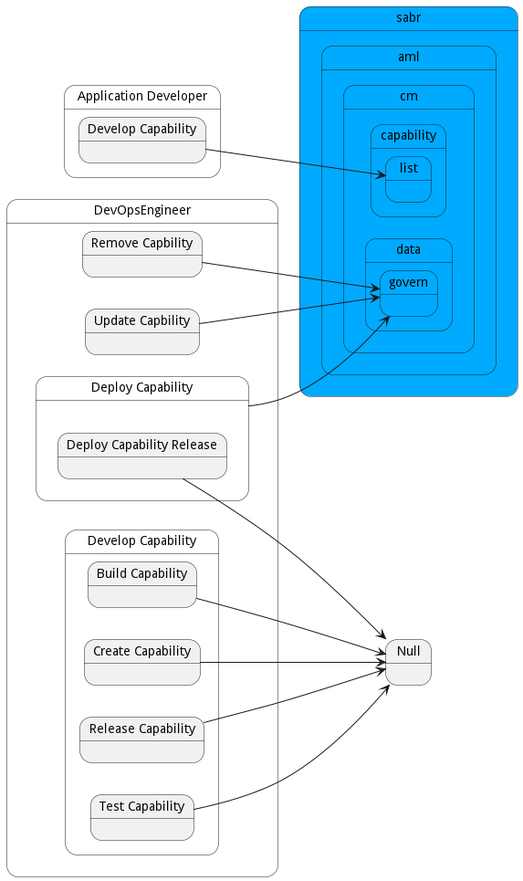
The PlantUML diagram docs/sabr/aml/cm/scenariomapping.png in madajaju/sabr, before a commit.
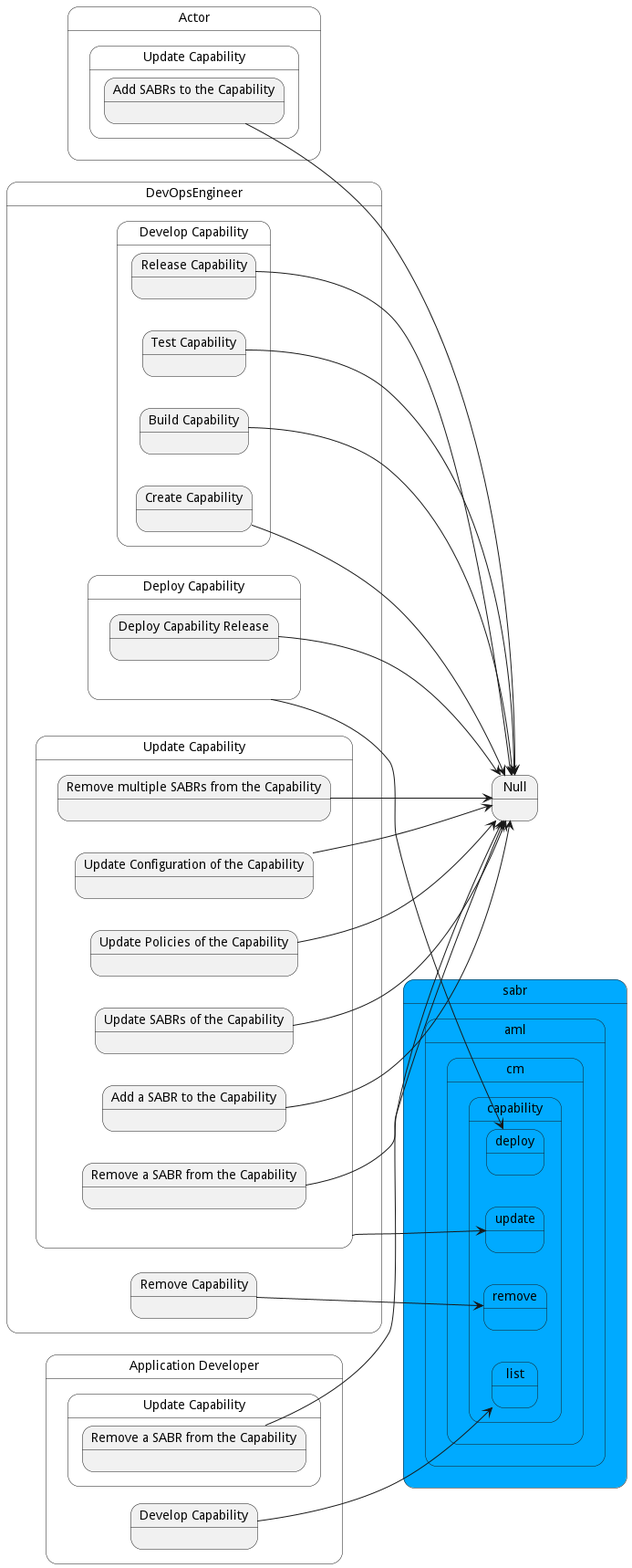
The same file after the commit.

Diff of the diagram source:
```diff
@@ -10,15 +10,15 @@
 state "sabr" as sabr #00aaff {
 state "aml" as sabraml #00aaff {
 state "cm" as sabramlcm #00aaff {
-state "data" as sabramlcmdata #00aaff {
-state "govern" as sabramlcmdatagovern #00aaff {
+state "capability" as sabramlcmcapability #00aaff {
+state "deploy" as sabramlcmcapabilitydeploy #00aaff {
 }
 }
 }
 }
 }
 
-DevOpsEngineerDeployCapability --> sabramlcmdatagovern
+DevOpsEngineerDeployCapability --> sabramlcmcapabilitydeploy
 
 
     state "DevOpsEngineer" as DevOpsEngineer {
@@ -92,40 +92,119 @@
 
 
 state "DevOpsEngineer" as DevOpsEngineer {
-    state "Remove Capbility" as DevOpsEngineerRemoveCapbility {
+    state "Remove Capability" as DevOpsEngineerRemoveCapability {
     }
 }
 state "sabr" as sabr #00aaff {
 state "aml" as sabraml #00aaff {
 state "cm" as sabramlcm #00aaff {
-state "data" as sabramlcmdata #00aaff {
-state "govern" as sabramlcmdatagovern #00aaff {
+state "capability" as sabramlcmcapability #00aaff {
+state "remove" as sabramlcmcapabilityremove #00aaff {
 }
 }
 }
 }
 }
 
-DevOpsEngineerRemoveCapbility --> sabramlcmdatagovern
+DevOpsEngineerRemoveCapability --> sabramlcmcapabilityremove
 
 
 
 state "DevOpsEngineer" as DevOpsEngineer {
-    state "Update Capbility" as DevOpsEngineerUpdateCapbility {
+    state "Update Capability" as DevOpsEngineerUpdateCapability {
     }
 }
 state "sabr" as sabr #00aaff {
 state "aml" as sabraml #00aaff {
 state "cm" as sabramlcm #00aaff {
-state "data" as sabramlcmdata #00aaff {
-state "govern" as sabramlcmdatagovern #00aaff {
+state "capability" as sabramlcmcapability #00aaff {
+state "update" as sabramlcmcapabilityupdate #00aaff {
 }
 }
 }
 }
 }
 
-DevOpsEngineerUpdateCapbility --> sabramlcmdatagovern
+DevOpsEngineerUpdateCapability --> sabramlcmcapabilityupdate
+
+
+    state "DevOpsEngineer" as DevOpsEngineer {
+        state "Update Capability" as DevOpsEngineerUpdateCapability {
+            state "Add a SABR to the Capability" as DevOpsEngineerUpdateCapabilityAddaSABRtotheCapability {
+            }
+        }
+    }
+
+    DevOpsEngineerUpdateCapabilityAddaSABRtotheCapability --> Null
+
+
+    state "Actor" as Actor {
+        state "Update Capability" as ActorUpdateCapability {
+            state "Add SABRs to the Capability" as ActorUpdateCapabilityAddSABRstotheCapability {
+            }
+        }
+    }
+
+    ActorUpdateCapabilityAddSABRstotheCapability --> Null
+
+
+    state "DevOpsEngineer" as DevOpsEngineer {
+        state "Update Capability" as DevOpsEngineerUpdateCapability {
+            state "Remove a SABR from the Capability" as DevOpsEngineerUpdateCapabilityRemoveaSABRfromtheCapability {
+            }
+        }
+    }
+
+    DevOpsEngineerUpdateCapabilityRemoveaSABRfromtheCapability --> Null
+
+    state "ApplicationDeveloper" as ApplicationDeveloper {
+        state "Update Capability" as ApplicationDeveloperUpdateCapability {
+            state "Remove a SABR from the Capability" as ApplicationDeveloperUpdateCapabilityRemoveaSABRfromtheCapability {
+            }
+        }
+    }
+
+    ApplicationDeveloperUpdateCapabilityRemoveaSABRfromtheCapability --> Null
+
+
+    state "DevOpsEngineer" as DevOpsEngineer {
+        state "Update Capability" as DevOpsEngineerUpdateCapability {
+            state "Remove multiple SABRs from the Capability" as DevOpsEngineerUpdateCapabilityRemovemultipleSABRsfromtheCapability {
+            }
+        }
+    }
+
+    DevOpsEngineerUpdateCapabilityRemovemultipleSABRsfromtheCapability --> Null
+
+
+    state "DevOpsEngineer" as DevOpsEngineer {
+        state "Update Capability" as DevOpsEngineerUpdateCapability {
+            state "Update Configuration of the Capability" as DevOpsEngineerUpdateCapabilityUpdateConfigurationoftheCapability {
+            }
+        }
+    }
+
+    DevOpsEngineerUpdateCapabilityUpdateConfigurationoftheCapability --> Null
+
+
+    state "DevOpsEngineer" as DevOpsEngineer {
+        state "Update Capability" as DevOpsEngineerUpdateCapability {
+            state "Update Policies of the Capability" as DevOpsEngineerUpdateCapabilityUpdatePoliciesoftheCapability {
+            }
+        }
+    }
+
+    DevOpsEngineerUpdateCapabilityUpdatePoliciesoftheCapability --> Null
+
+
+    state "DevOpsEngineer" as DevOpsEngineer {
+        state "Update Capability" as DevOpsEngineerUpdateCapability {
+            state "Update SABRs of the Capability" as DevOpsEngineerUpdateCapabilityUpdateSABRsoftheCapability {
+            }
+        }
+    }
+
+    DevOpsEngineerUpdateCapabilityUpdateSABRsoftheCapability --> Null
 
 
 
```
